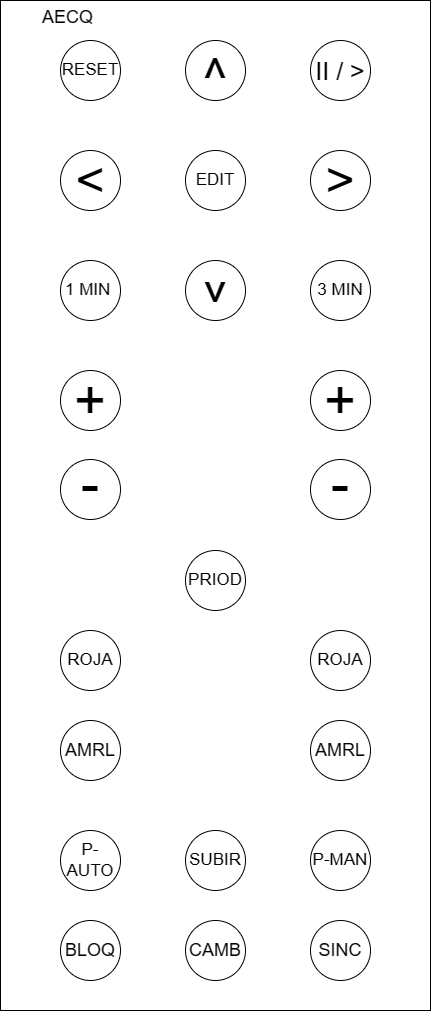
Diego-Hiriart/Capstone_Hiriart-Corales-Samaniego keeps this draw.io diagram as Design/Machine/Remote/Remote-control-buttons.png. Above is the earlier version. Source tidied: cells renumbered, new cells last; positions are measured from the earlier drawing's top-left corner, leaving out a move shared by most shapes.
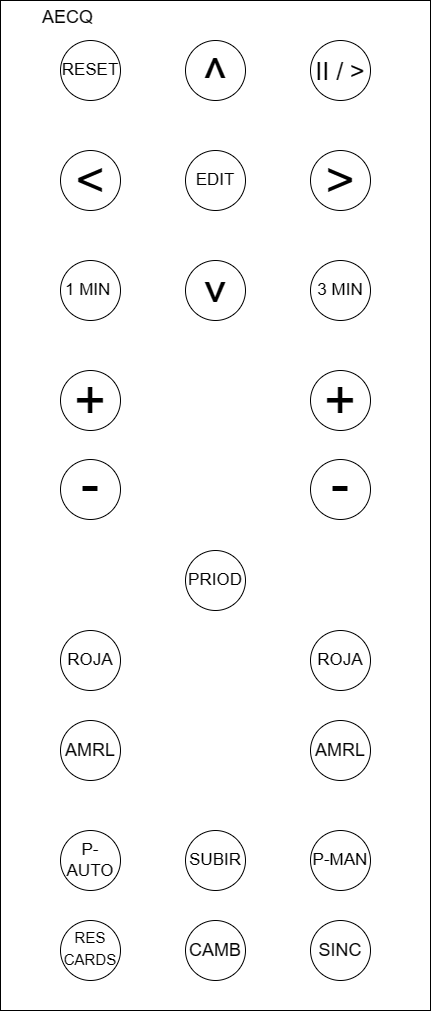
The same diagram one commit later.

Commit message:
feat: complete remote logic

Diff of the diagram source:
```diff
@@ -8,7 +8,7 @@
     <mxCell id="3" value="SINC" style="ellipse;whiteSpace=wrap;html=1;fontSize=18;" parent="1" vertex="1">
       <mxGeometry x="310" y="920" width="60" height="60" as="geometry" />
     </mxCell>
-    <mxCell id="4" value="BLOQ" style="ellipse;whiteSpace=wrap;html=1;fontSize=18;" parent="1" vertex="1">
+    <mxCell id="4" value="&lt;font style=&quot;font-size: 15px;&quot;&gt;RES CARDS&lt;/font&gt;" style="ellipse;whiteSpace=wrap;html=1;fontSize=18;verticalAlign=top;horizontal=1;" parent="1" vertex="1">
       <mxGeometry x="60" y="920" width="60" height="60" as="geometry" />
     </mxCell>
     <mxCell id="5" value="P-MAN" style="ellipse;whiteSpace=wrap;html=1;fontSize=17;" parent="1" vertex="1">
```
